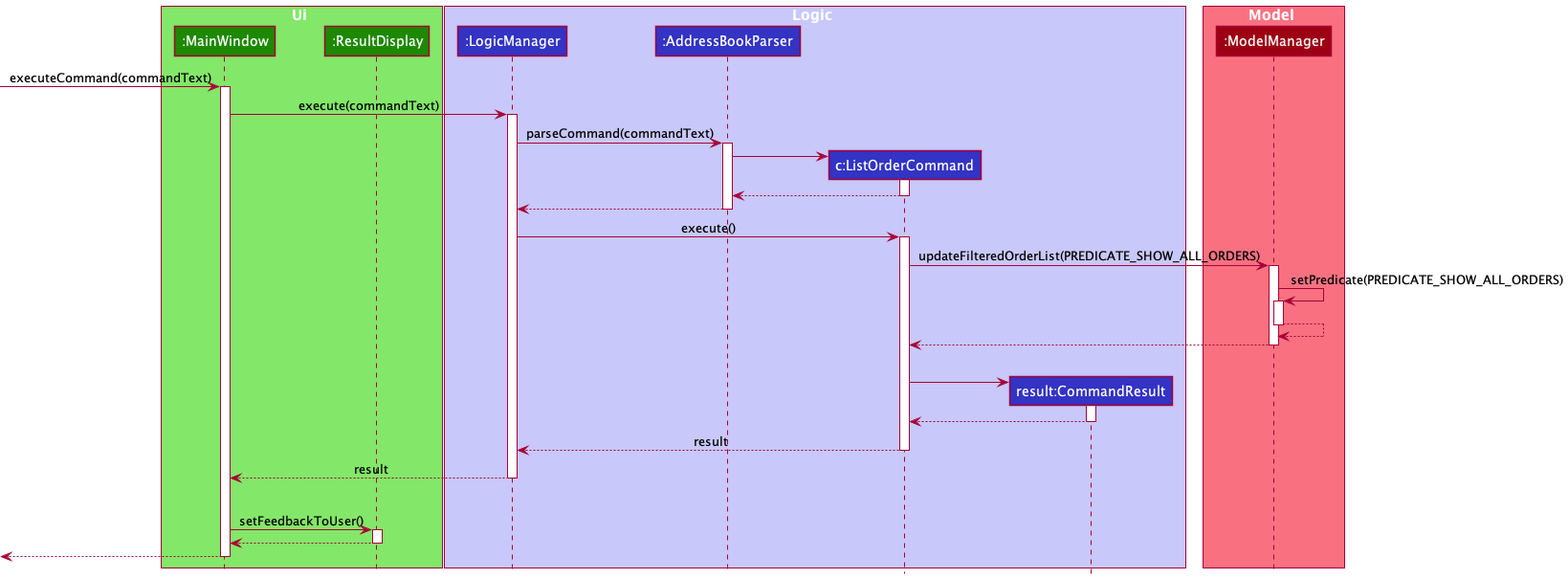
zognin/tp keeps this PlantUML diagram as docs/images/ListSequenceDiagram.png. Above is the earlier version.
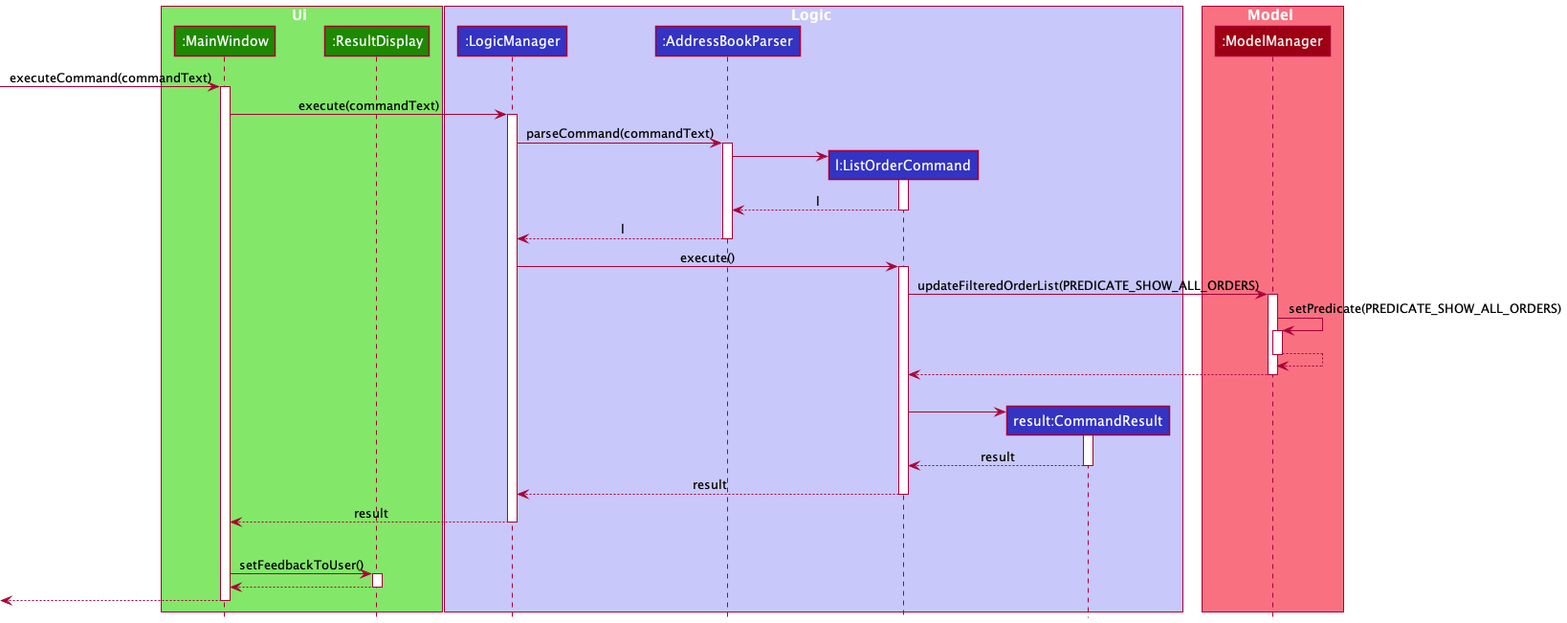
After the change.

Change to the diagram source:
```diff
@@ -11,7 +11,7 @@
 box Logic LOGIC_COLOR_T1
 participant ":LogicManager" as LogicManager LOGIC_COLOR
 participant ":AddressBookParser" as AddressBookParser LOGIC_COLOR
-participant "c:ListOrderCommand" as ListOrderCommand LOGIC_COLOR
+participant "l:ListOrderCommand" as ListOrderCommand LOGIC_COLOR
 participant "result:CommandResult" as CommandResult LOGIC_COLOR
 end box
 
@@ -29,10 +29,10 @@
 AddressBookParser -> ListOrderCommand
 activate ListOrderCommand
 
-ListOrderCommand --> AddressBookParser
+ListOrderCommand --> AddressBookParser : l
 deactivate ListOrderCommand
 
-AddressBookParser --> LogicManager
+AddressBookParser --> LogicManager : l
 deactivate AddressBookParser
 
 LogicManager -> ListOrderCommand : execute()
@@ -54,7 +54,7 @@
 ListOrderCommand -> CommandResult
 activate CommandResult
 
-CommandResult --> ListOrderCommand
+CommandResult --> ListOrderCommand : result
 deactivate CommandResult
 
 ListOrderCommand --> LogicManager : result
```
